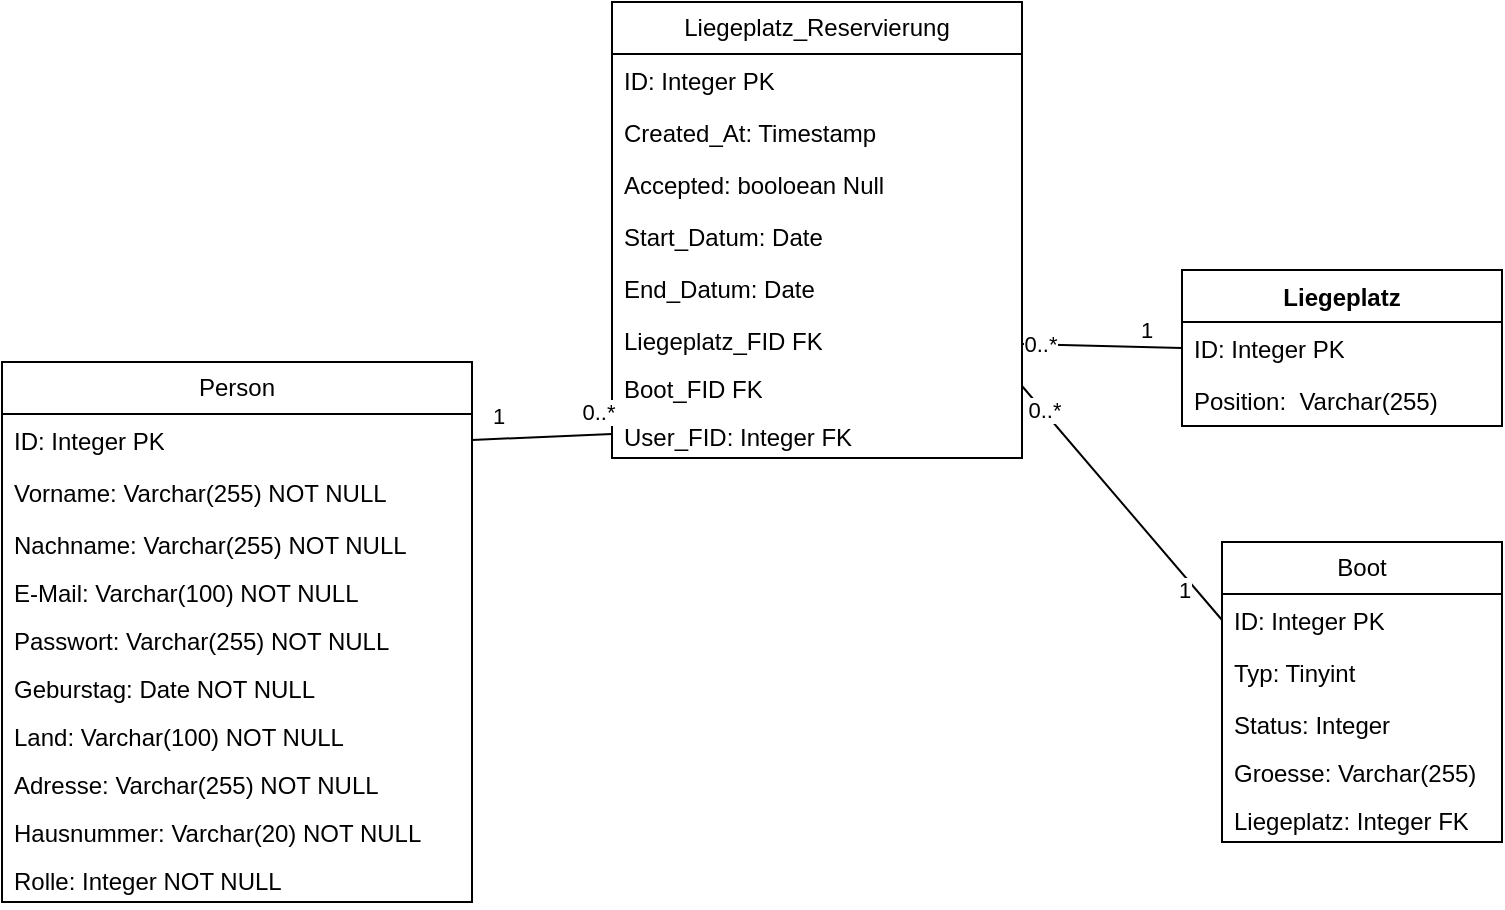
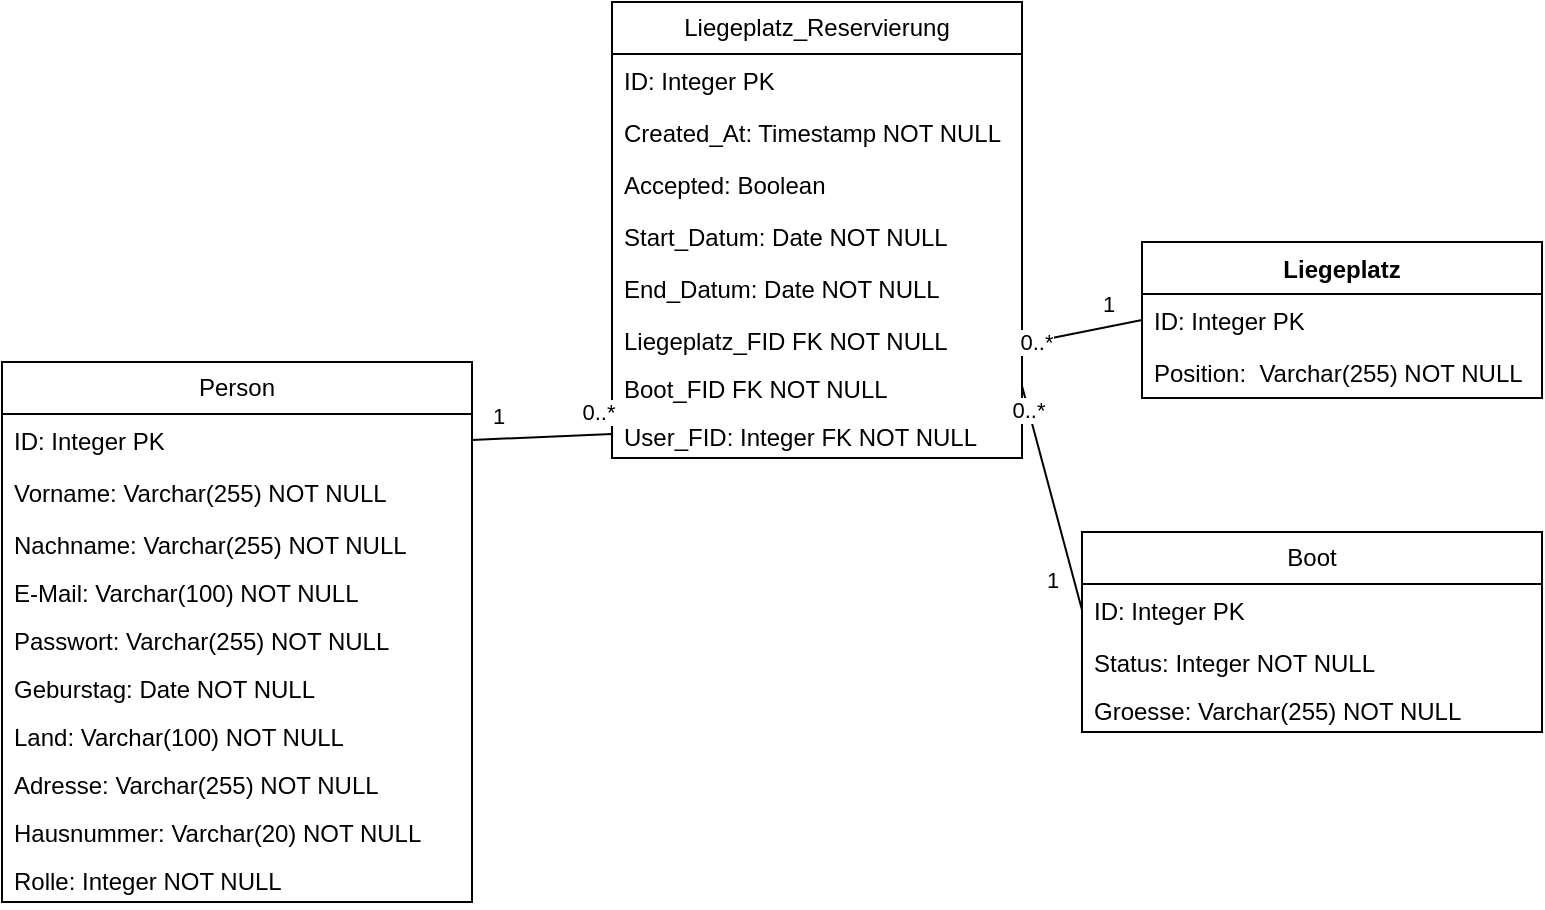
<mxfile host="65bd71144e">
    <diagram id="4LRXWOMuK3Hnne2v4VJx" name="Page-1">
-         <mxGraphModel dx="1347" dy="708" grid="1" gridSize="10" guides="1" tooltips="1" connect="1" arrows="1" fold="1" page="1" pageScale="1" pageWidth="850" pageHeight="1100" math="0" shadow="0">
+         <mxGraphModel dx="1347" dy="399" grid="1" gridSize="10" guides="1" tooltips="1" connect="1" arrows="1" fold="1" page="1" pageScale="1" pageWidth="850" pageHeight="1100" math="0" shadow="0">
            <root>
                <mxCell id="0"/>
                <mxCell id="1" parent="0"/>
                <mxCell id="8" value="Liegeplatz" style="swimlane;fontStyle=1;align=center;verticalAlign=top;childLayout=stackLayout;horizontal=1;startSize=26;horizontalStack=0;resizeParent=1;resizeParentMax=0;resizeLast=0;collapsible=1;marginBottom=0;whiteSpace=wrap;html=1;" parent="1" vertex="1">
-                     <mxGeometry x="660" y="494" width="160" height="78" as="geometry"/>
+                     <mxGeometry x="640" y="480" width="200" height="78" as="geometry"/>
                </mxCell>
                <mxCell id="9" value="ID: Integer PK" style="text;strokeColor=none;fillColor=none;align=left;verticalAlign=top;spacingLeft=4;spacingRight=4;overflow=hidden;rotatable=0;points=[[0,0.5],[1,0.5]];portConstraint=eastwest;whiteSpace=wrap;html=1;" parent="8" vertex="1">
-                     <mxGeometry y="26" width="160" height="26" as="geometry"/>
+                     <mxGeometry y="26" width="200" height="26" as="geometry"/>
                </mxCell>
-                 <mxCell id="13" value="Position:&amp;nbsp; Varchar(255)" style="text;strokeColor=none;fillColor=none;align=left;verticalAlign=top;spacingLeft=4;spacingRight=4;overflow=hidden;rotatable=0;points=[[0,0.5],[1,0.5]];portConstraint=eastwest;whiteSpace=wrap;html=1;" parent="8" vertex="1">
-                     <mxGeometry y="52" width="160" height="26" as="geometry"/>
+                 <mxCell id="13" value="Position:&amp;nbsp; Varchar(255) NOT NULL" style="text;strokeColor=none;fillColor=none;align=left;verticalAlign=top;spacingLeft=4;spacingRight=4;overflow=hidden;rotatable=0;points=[[0,0.5],[1,0.5]];portConstraint=eastwest;whiteSpace=wrap;html=1;" parent="8" vertex="1">
+                     <mxGeometry y="52" width="200" height="26" as="geometry"/>
                </mxCell>
                <mxCell id="14" value="Boot" style="swimlane;fontStyle=0;childLayout=stackLayout;horizontal=1;startSize=26;fillColor=none;horizontalStack=0;resizeParent=1;resizeParentMax=0;resizeLast=0;collapsible=1;marginBottom=0;whiteSpace=wrap;html=1;" parent="1" vertex="1">
-                     <mxGeometry x="680" y="630" width="140" height="150" as="geometry"/>
+                     <mxGeometry x="610" y="625" width="230" height="100" as="geometry"/>
                </mxCell>
                <mxCell id="15" value="ID: Integer PK" style="text;strokeColor=none;fillColor=none;align=left;verticalAlign=top;spacingLeft=4;spacingRight=4;overflow=hidden;rotatable=0;points=[[0,0.5],[1,0.5]];portConstraint=eastwest;whiteSpace=wrap;html=1;" parent="14" vertex="1">
-                     <mxGeometry y="26" width="140" height="26" as="geometry"/>
+                     <mxGeometry y="26" width="230" height="26" as="geometry"/>
                </mxCell>
-                 <mxCell id="16" value="Typ: Tinyint&amp;nbsp;" style="text;strokeColor=none;fillColor=none;align=left;verticalAlign=top;spacingLeft=4;spacingRight=4;overflow=hidden;rotatable=0;points=[[0,0.5],[1,0.5]];portConstraint=eastwest;whiteSpace=wrap;html=1;" parent="14" vertex="1">
-                     <mxGeometry y="52" width="140" height="26" as="geometry"/>
+                 <mxCell id="17" value="Status: Integer NOT NULL" style="text;strokeColor=none;fillColor=none;align=left;verticalAlign=top;spacingLeft=4;spacingRight=4;overflow=hidden;rotatable=0;points=[[0,0.5],[1,0.5]];portConstraint=eastwest;whiteSpace=wrap;html=1;" parent="14" vertex="1">
+                     <mxGeometry y="52" width="230" height="24" as="geometry"/>
                </mxCell>
-                 <mxCell id="17" value="Status: Integer" style="text;strokeColor=none;fillColor=none;align=left;verticalAlign=top;spacingLeft=4;spacingRight=4;overflow=hidden;rotatable=0;points=[[0,0.5],[1,0.5]];portConstraint=eastwest;whiteSpace=wrap;html=1;" parent="14" vertex="1">
-                     <mxGeometry y="78" width="140" height="24" as="geometry"/>
-                 </mxCell>
-                 <mxCell id="18" value="Groesse: Varchar(255)" style="text;strokeColor=none;fillColor=none;align=left;verticalAlign=top;spacingLeft=4;spacingRight=4;overflow=hidden;rotatable=0;points=[[0,0.5],[1,0.5]];portConstraint=eastwest;whiteSpace=wrap;html=1;" parent="14" vertex="1">
-                     <mxGeometry y="102" width="140" height="24" as="geometry"/>
-                 </mxCell>
-                 <mxCell id="19" value="Liegeplatz: Integer FK" style="text;strokeColor=none;fillColor=none;align=left;verticalAlign=top;spacingLeft=4;spacingRight=4;overflow=hidden;rotatable=0;points=[[0,0.5],[1,0.5]];portConstraint=eastwest;whiteSpace=wrap;html=1;" parent="14" vertex="1">
-                     <mxGeometry y="126" width="140" height="24" as="geometry"/>
+                 <mxCell id="18" value="Groesse: Varchar(255) NOT NULL" style="text;strokeColor=none;fillColor=none;align=left;verticalAlign=top;spacingLeft=4;spacingRight=4;overflow=hidden;rotatable=0;points=[[0,0.5],[1,0.5]];portConstraint=eastwest;whiteSpace=wrap;html=1;" parent="14" vertex="1">
+                     <mxGeometry y="76" width="230" height="24" as="geometry"/>
                </mxCell>
                <mxCell id="30" value="Liegeplatz_Reservierung" style="swimlane;fontStyle=0;childLayout=stackLayout;horizontal=1;startSize=26;fillColor=none;horizontalStack=0;resizeParent=1;resizeParentMax=0;resizeLast=0;collapsible=1;marginBottom=0;whiteSpace=wrap;html=1;" parent="1" vertex="1">
                    <mxGeometry x="375" y="360" width="205" height="228" as="geometry"/>
                </mxCell>
                <mxCell id="31" value="ID: Integer PK" style="text;strokeColor=none;fillColor=none;align=left;verticalAlign=top;spacingLeft=4;spacingRight=4;overflow=hidden;rotatable=0;points=[[0,0.5],[1,0.5]];portConstraint=eastwest;whiteSpace=wrap;html=1;" parent="30" vertex="1">
                    <mxGeometry y="26" width="205" height="26" as="geometry"/>
                </mxCell>
-                 <mxCell id="67" value="Created_At: Timestamp" style="text;strokeColor=none;fillColor=none;align=left;verticalAlign=top;spacingLeft=4;spacingRight=4;overflow=hidden;rotatable=0;points=[[0,0.5],[1,0.5]];portConstraint=eastwest;whiteSpace=wrap;html=1;" vertex="1" parent="30">
+                 <mxCell id="67" value="Created_At: Timestamp NOT NULL" style="text;strokeColor=none;fillColor=none;align=left;verticalAlign=top;spacingLeft=4;spacingRight=4;overflow=hidden;rotatable=0;points=[[0,0.5],[1,0.5]];portConstraint=eastwest;whiteSpace=wrap;html=1;" vertex="1" parent="30">
                    <mxGeometry y="52" width="205" height="26" as="geometry"/>
                </mxCell>
-                 <mxCell id="68" value="Accepted: booloean Null" style="text;strokeColor=none;fillColor=none;align=left;verticalAlign=top;spacingLeft=4;spacingRight=4;overflow=hidden;rotatable=0;points=[[0,0.5],[1,0.5]];portConstraint=eastwest;whiteSpace=wrap;html=1;" vertex="1" parent="30">
+                 <mxCell id="68" value="Accepted: Boolean" style="text;strokeColor=none;fillColor=none;align=left;verticalAlign=top;spacingLeft=4;spacingRight=4;overflow=hidden;rotatable=0;points=[[0,0.5],[1,0.5]];portConstraint=eastwest;whiteSpace=wrap;html=1;" vertex="1" parent="30">
                    <mxGeometry y="78" width="205" height="26" as="geometry"/>
                </mxCell>
-                 <mxCell id="32" value="Start_Datum: Date" style="text;strokeColor=none;fillColor=none;align=left;verticalAlign=top;spacingLeft=4;spacingRight=4;overflow=hidden;rotatable=0;points=[[0,0.5],[1,0.5]];portConstraint=eastwest;whiteSpace=wrap;html=1;" parent="30" vertex="1">
+                 <mxCell id="32" value="Start_Datum: Date NOT NULL" style="text;strokeColor=none;fillColor=none;align=left;verticalAlign=top;spacingLeft=4;spacingRight=4;overflow=hidden;rotatable=0;points=[[0,0.5],[1,0.5]];portConstraint=eastwest;whiteSpace=wrap;html=1;" parent="30" vertex="1">
                    <mxGeometry y="104" width="205" height="26" as="geometry"/>
                </mxCell>
-                 <mxCell id="33" value="End_Datum: Date" style="text;strokeColor=none;fillColor=none;align=left;verticalAlign=top;spacingLeft=4;spacingRight=4;overflow=hidden;rotatable=0;points=[[0,0.5],[1,0.5]];portConstraint=eastwest;whiteSpace=wrap;html=1;" parent="30" vertex="1">
+                 <mxCell id="33" value="End_Datum: Date NOT NULL" style="text;strokeColor=none;fillColor=none;align=left;verticalAlign=top;spacingLeft=4;spacingRight=4;overflow=hidden;rotatable=0;points=[[0,0.5],[1,0.5]];portConstraint=eastwest;whiteSpace=wrap;html=1;" parent="30" vertex="1">
                    <mxGeometry y="130" width="205" height="26" as="geometry"/>
                </mxCell>
-                 <mxCell id="34" value="Liegeplatz_FID FK" style="text;strokeColor=none;fillColor=none;align=left;verticalAlign=top;spacingLeft=4;spacingRight=4;overflow=hidden;rotatable=0;points=[[0,0.5],[1,0.5]];portConstraint=eastwest;whiteSpace=wrap;html=1;" parent="30" vertex="1">
+                 <mxCell id="34" value="Liegeplatz_FID FK NOT NULL" style="text;strokeColor=none;fillColor=none;align=left;verticalAlign=top;spacingLeft=4;spacingRight=4;overflow=hidden;rotatable=0;points=[[0,0.5],[1,0.5]];portConstraint=eastwest;whiteSpace=wrap;html=1;" parent="30" vertex="1">
                    <mxGeometry y="156" width="205" height="24" as="geometry"/>
                </mxCell>
-                 <mxCell id="66" value="Boot_FID FK" style="text;strokeColor=none;fillColor=none;align=left;verticalAlign=top;spacingLeft=4;spacingRight=4;overflow=hidden;rotatable=0;points=[[0,0.5],[1,0.5]];portConstraint=eastwest;whiteSpace=wrap;html=1;" vertex="1" parent="30">
+                 <mxCell id="66" value="Boot_FID FK NOT NULL" style="text;strokeColor=none;fillColor=none;align=left;verticalAlign=top;spacingLeft=4;spacingRight=4;overflow=hidden;rotatable=0;points=[[0,0.5],[1,0.5]];portConstraint=eastwest;whiteSpace=wrap;html=1;" vertex="1" parent="30">
                    <mxGeometry y="180" width="205" height="24" as="geometry"/>
                </mxCell>
-                 <mxCell id="46" value="User_FID: Integer FK" style="text;strokeColor=none;fillColor=none;align=left;verticalAlign=top;spacingLeft=4;spacingRight=4;overflow=hidden;rotatable=0;points=[[0,0.5],[1,0.5]];portConstraint=eastwest;whiteSpace=wrap;html=1;" parent="30" vertex="1">
+                 <mxCell id="46" value="User_FID: Integer FK NOT NULL" style="text;strokeColor=none;fillColor=none;align=left;verticalAlign=top;spacingLeft=4;spacingRight=4;overflow=hidden;rotatable=0;points=[[0,0.5],[1,0.5]];portConstraint=eastwest;whiteSpace=wrap;html=1;" parent="30" vertex="1">
                    <mxGeometry y="204" width="205" height="24" as="geometry"/>
                </mxCell>
                <mxCell id="37" value="Person" style="swimlane;fontStyle=0;childLayout=stackLayout;horizontal=1;startSize=26;fillColor=none;horizontalStack=0;resizeParent=1;resizeParentMax=0;resizeLast=0;collapsible=1;marginBottom=0;whiteSpace=wrap;html=1;" parent="1" vertex="1">
                    <mxGeometry x="70" y="540" width="235" height="270" as="geometry"/>
                </mxCell>
                <mxCell id="38" value="ID: Integer PK" style="text;strokeColor=none;fillColor=none;align=left;verticalAlign=top;spacingLeft=4;spacingRight=4;overflow=hidden;rotatable=0;points=[[0,0.5],[1,0.5]];portConstraint=eastwest;whiteSpace=wrap;html=1;" parent="37" vertex="1">
                    <mxGeometry y="26" width="235" height="26" as="geometry"/>
                </mxCell>
                <mxCell id="40" value="Vorname: Varchar(255) NOT NULL" style="text;strokeColor=none;fillColor=none;align=left;verticalAlign=top;spacingLeft=4;spacingRight=4;overflow=hidden;rotatable=0;points=[[0,0.5],[1,0.5]];portConstraint=eastwest;whiteSpace=wrap;html=1;" parent="37" vertex="1">
                    <mxGeometry y="52" width="235" height="26" as="geometry"/>
                </mxCell>
                <mxCell id="41" value="Nachname: Varchar(255)&amp;nbsp;&lt;span style=&quot;color: rgb(0, 0, 0);&quot;&gt;NOT NULL&lt;/span&gt;" style="text;strokeColor=none;fillColor=none;align=left;verticalAlign=top;spacingLeft=4;spacingRight=4;overflow=hidden;rotatable=0;points=[[0,0.5],[1,0.5]];portConstraint=eastwest;whiteSpace=wrap;html=1;" parent="37" vertex="1">
                    <mxGeometry y="78" width="235" height="24" as="geometry"/>
                </mxCell>
                <mxCell id="63" value="E-Mail: Varchar(100)&amp;nbsp;&lt;span style=&quot;color: rgb(0, 0, 0);&quot;&gt;NOT NULL&lt;/span&gt;" style="text;strokeColor=none;fillColor=none;align=left;verticalAlign=top;spacingLeft=4;spacingRight=4;overflow=hidden;rotatable=0;points=[[0,0.5],[1,0.5]];portConstraint=eastwest;whiteSpace=wrap;html=1;" parent="37" vertex="1">
                    <mxGeometry y="102" width="235" height="24" as="geometry"/>
                </mxCell>
                <mxCell id="64" value="Passwort: Varchar(255)&amp;nbsp;&lt;span style=&quot;color: rgb(0, 0, 0);&quot;&gt;NOT NULL&lt;/span&gt;" style="text;strokeColor=none;fillColor=none;align=left;verticalAlign=top;spacingLeft=4;spacingRight=4;overflow=hidden;rotatable=0;points=[[0,0.5],[1,0.5]];portConstraint=eastwest;whiteSpace=wrap;html=1;" parent="37" vertex="1">
                    <mxGeometry y="126" width="235" height="24" as="geometry"/>
                </mxCell>
                <mxCell id="42" value="Geburstag: Date&amp;nbsp;&lt;span style=&quot;color: rgb(0, 0, 0);&quot;&gt;NOT NULL&lt;/span&gt;" style="text;strokeColor=none;fillColor=none;align=left;verticalAlign=top;spacingLeft=4;spacingRight=4;overflow=hidden;rotatable=0;points=[[0,0.5],[1,0.5]];portConstraint=eastwest;whiteSpace=wrap;html=1;" parent="37" vertex="1">
                    <mxGeometry y="150" width="235" height="24" as="geometry"/>
                </mxCell>
                <mxCell id="73" value="Land: Varchar(100)&amp;nbsp;&lt;span style=&quot;color: rgb(0, 0, 0);&quot;&gt;NOT NULL&lt;/span&gt;" style="text;strokeColor=none;fillColor=none;align=left;verticalAlign=top;spacingLeft=4;spacingRight=4;overflow=hidden;rotatable=0;points=[[0,0.5],[1,0.5]];portConstraint=eastwest;whiteSpace=wrap;html=1;" vertex="1" parent="37">
                    <mxGeometry y="174" width="235" height="24" as="geometry"/>
                </mxCell>
                <mxCell id="74" value="Adresse: Varchar(255)&amp;nbsp;&lt;span style=&quot;color: rgb(0, 0, 0);&quot;&gt;NOT NULL&lt;/span&gt;" style="text;strokeColor=none;fillColor=none;align=left;verticalAlign=top;spacingLeft=4;spacingRight=4;overflow=hidden;rotatable=0;points=[[0,0.5],[1,0.5]];portConstraint=eastwest;whiteSpace=wrap;html=1;" vertex="1" parent="37">
                    <mxGeometry y="198" width="235" height="24" as="geometry"/>
                </mxCell>
                <mxCell id="75" value="Hausnummer: Varchar(20)&amp;nbsp;&lt;span style=&quot;color: rgb(0, 0, 0);&quot;&gt;NOT NULL&lt;/span&gt;" style="text;strokeColor=none;fillColor=none;align=left;verticalAlign=top;spacingLeft=4;spacingRight=4;overflow=hidden;rotatable=0;points=[[0,0.5],[1,0.5]];portConstraint=eastwest;whiteSpace=wrap;html=1;" vertex="1" parent="37">
                    <mxGeometry y="222" width="235" height="24" as="geometry"/>
                </mxCell>
                <mxCell id="44" value="Rolle: Integer NOT NULL" style="text;strokeColor=none;fillColor=none;align=left;verticalAlign=top;spacingLeft=4;spacingRight=4;overflow=hidden;rotatable=0;points=[[0,0.5],[1,0.5]];portConstraint=eastwest;whiteSpace=wrap;html=1;" parent="37" vertex="1">
                    <mxGeometry y="246" width="235" height="24" as="geometry"/>
                </mxCell>
                <mxCell id="50" value="" style="endArrow=none;html=1;entryX=0;entryY=0.5;entryDx=0;entryDy=0;exitX=1;exitY=0.75;exitDx=0;exitDy=0;" parent="1" source="30" target="9" edge="1">
                    <mxGeometry width="50" height="50" relative="1" as="geometry">
                        <mxPoint x="560" y="570" as="sourcePoint"/>
                        <mxPoint x="610" y="520" as="targetPoint"/>
                    </mxGeometry>
                </mxCell>
                <mxCell id="51" value="1" style="edgeLabel;html=1;align=center;verticalAlign=middle;resizable=0;points=[];" parent="50" vertex="1" connectable="0">
                    <mxGeometry x="0.8884" relative="1" as="geometry">
                        <mxPoint x="-14" y="-9" as="offset"/>
                    </mxGeometry>
                </mxCell>
                <mxCell id="65" value="0..*" style="edgeLabel;html=1;align=center;verticalAlign=middle;resizable=0;points=[];" vertex="1" connectable="0" parent="50">
                    <mxGeometry x="-0.7919" relative="1" as="geometry">
                        <mxPoint as="offset"/>
                    </mxGeometry>
                </mxCell>
                <mxCell id="57" value="" style="endArrow=none;html=1;exitX=1;exitY=0.5;exitDx=0;exitDy=0;entryX=0;entryY=0.5;entryDx=0;entryDy=0;" parent="1" source="38" target="46" edge="1">
                    <mxGeometry width="50" height="50" relative="1" as="geometry">
                        <mxPoint x="360" y="650" as="sourcePoint"/>
                        <mxPoint x="410" y="600" as="targetPoint"/>
                    </mxGeometry>
                </mxCell>
                <mxCell id="58" value="1" style="edgeLabel;html=1;align=center;verticalAlign=middle;resizable=0;points=[];" parent="57" vertex="1" connectable="0">
                    <mxGeometry x="-0.8649" y="-1" relative="1" as="geometry">
                        <mxPoint x="8" y="-13" as="offset"/>
                    </mxGeometry>
                </mxCell>
                <mxCell id="59" value="0..*" style="edgeLabel;html=1;align=center;verticalAlign=middle;resizable=0;points=[];" parent="57" vertex="1" connectable="0">
                    <mxGeometry x="0.793" relative="1" as="geometry">
                        <mxPoint y="-12" as="offset"/>
                    </mxGeometry>
                </mxCell>
                <mxCell id="70" value="" style="endArrow=none;html=1;exitX=1;exitY=0.5;exitDx=0;exitDy=0;entryX=0;entryY=0.5;entryDx=0;entryDy=0;" edge="1" parent="1" source="66" target="15">
                    <mxGeometry width="50" height="50" relative="1" as="geometry">
                        <mxPoint x="540" y="670" as="sourcePoint"/>
                        <mxPoint x="620" y="672" as="targetPoint"/>
                    </mxGeometry>
                </mxCell>
                <mxCell id="71" value="1" style="edgeLabel;html=1;align=center;verticalAlign=middle;resizable=0;points=[];" vertex="1" connectable="0" parent="70">
                    <mxGeometry x="0.8884" relative="1" as="geometry">
                        <mxPoint x="-14" y="-9" as="offset"/>
                    </mxGeometry>
                </mxCell>
                <mxCell id="72" value="0..*" style="edgeLabel;html=1;align=center;verticalAlign=middle;resizable=0;points=[];" vertex="1" connectable="0" parent="70">
                    <mxGeometry x="-0.7919" relative="1" as="geometry">
                        <mxPoint as="offset"/>
                    </mxGeometry>
                </mxCell>
            </root>
        </mxGraphModel>
    </diagram>
</mxfile>